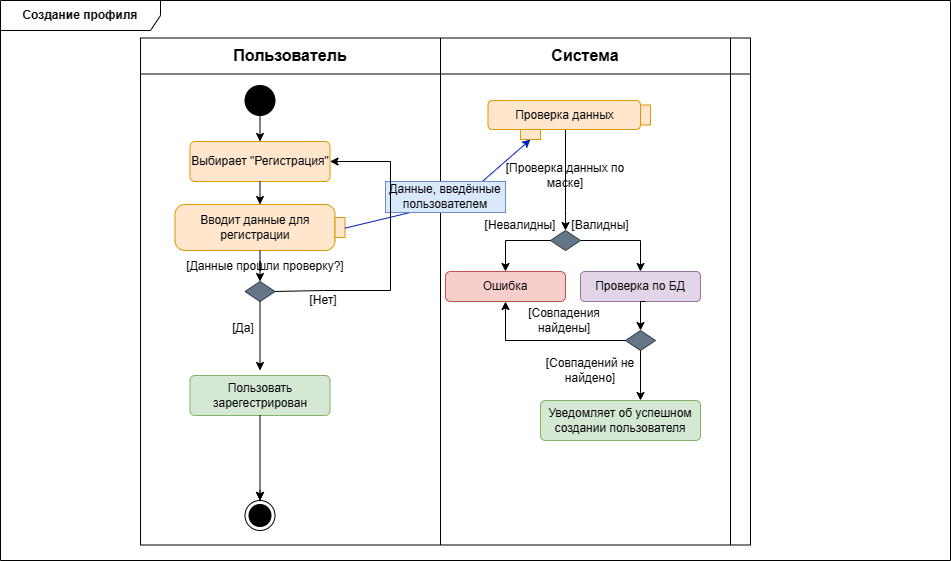
Reem-Almasri/Freelancer-SPM keeps this draw.io diagram as activity_diagrams/Profile_Creating.drawio.png. Above is the earlier version. Source tidied: cells renumbered, new cells last; positions are measured from the earlier drawing's top-left corner, leaving out a move shared by most shapes.
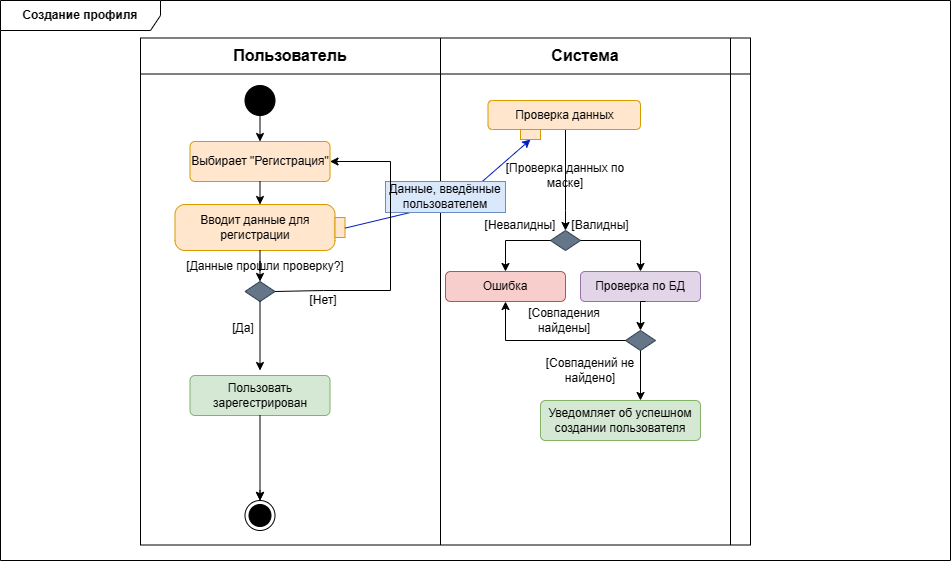
The same diagram one commit later.

The edit, as a diff of the source:
```diff
@@ -79,9 +79,6 @@
     <mxCell id="21" value="[Валидны]" style="text;html=1;strokeColor=none;fillColor=none;align=center;verticalAlign=middle;whiteSpace=wrap;rounded=0;" parent="2" vertex="1">
       <mxGeometry x="570" y="210" width="60" height="30" as="geometry" />
     </mxCell>
-    <mxCell id="22" style="rounded=0;whiteSpace=wrap;html=1;fillColor=#ffe6cc;strokeColor=#d79b00;rotation=-90;" parent="2" vertex="1">
-      <mxGeometry x="635" y="109.5" width="20" height="10" as="geometry" />
-    </mxCell>
     <mxCell id="23" value="Выбирает &quot;Регистрация&quot;" style="html=1;align=center;verticalAlign=middle;rounded=1;absoluteArcSize=1;arcSize=10;dashed=0;whiteSpace=wrap;fillColor=#ffe6cc;strokeColor=#d79b00;" parent="2" vertex="1">
       <mxGeometry x="189.5" y="141" width="140" height="40" as="geometry" />
     </mxCell>
```
